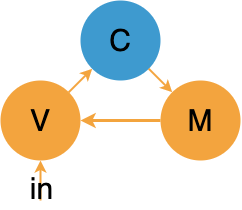
Above: Neurotechnologies_and_TRIZ/MVC.png in max-talanov/1 (draw.io), before the change. Source tidied: cells renumbered, new cells last; positions are measured from the earlier drawing's top-left corner, leaving out a move shared by most shapes. Source of this version:
```xml
<mxGraphModel>
  <root>
    <mxCell id="0" />
    <mxCell id="1" parent="0" />
    <mxCell id="2" style="edgeStyle=orthogonalEdgeStyle;rounded=0;jettySize=auto;html=1;fontSize=30;strokeColor=#F3A43E;strokeWidth=3;startArrow=none;startFill=0;entryX=1;entryY=0.5;entryDx=0;entryDy=0;" parent="1" edge="1" source="5" target="4">
      <mxGeometry relative="1" as="geometry" />
    </mxCell>
    <mxCell id="3" style="rounded=0;jettySize=auto;html=1;fontSize=30;strokeColor=#F3A43E;strokeWidth=2;" parent="1" edge="1" source="4" target="6">
      <mxGeometry relative="1" as="geometry" />
    </mxCell>
    <mxCell id="4" value="V" style="ellipse;whiteSpace=wrap;html=1;fontSize=30;strokeColor=none;fillColor=#F3A43E;" parent="1" vertex="1">
      <mxGeometry y="80" width="80" height="80" as="geometry" />
    </mxCell>
    <mxCell id="5" value="M" style="ellipse;whiteSpace=wrap;html=1;fontSize=30;strokeColor=none;fillColor=#F3A43E;" parent="1" vertex="1">
      <mxGeometry x="160" y="80" width="80" height="80" as="geometry" />
    </mxCell>
    <mxCell id="6" value="C" style="ellipse;whiteSpace=wrap;html=1;fontSize=30;strokeColor=none;fillColor=#3E9ACF;" parent="1" vertex="1">
      <mxGeometry x="80" width="80" height="80" as="geometry" />
    </mxCell>
    <mxCell id="7" style="rounded=0;jettySize=auto;html=1;fontSize=30;strokeColor=#F3A43E;strokeWidth=2;" parent="1" edge="1" source="6" target="5">
      <mxGeometry relative="1" as="geometry" />
    </mxCell>
    <mxCell id="8" style="rounded=0;jettySize=auto;html=1;fontSize=30;strokeColor=#F3A43E;strokeWidth=2;entryX=0.5;entryY=1;entryDx=0;entryDy=0;" parent="1" edge="1" target="4">
      <mxGeometry relative="1" as="geometry">
        <mxPoint x="40" y="200" as="sourcePoint" />
      </mxGeometry>
    </mxCell>
    <mxCell id="9" value="&lt;font color=&quot;#000000&quot;&gt;in&lt;/font&gt;" style="edgeLabel;html=1;align=center;verticalAlign=middle;fontSize=30;fontColor=#FFFFFF;labelBackgroundColor=none;" parent="8" vertex="1">
      <mxGeometry x="-0.35" y="1" relative="1" as="geometry">
        <mxPoint x="2" as="offset" />
      </mxGeometry>
    </mxCell>
  </root>
</mxGraphModel>
```
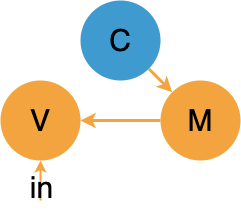
Later version of the same file.

Commit message:
corrected figures

Diff of the diagram source:
```diff
@@ -5,9 +5,6 @@
     <mxCell id="2" style="edgeStyle=orthogonalEdgeStyle;rounded=0;jettySize=auto;html=1;fontSize=30;strokeColor=#F3A43E;strokeWidth=3;startArrow=none;startFill=0;entryX=1;entryY=0.5;entryDx=0;entryDy=0;" parent="1" edge="1" source="5" target="4">
       <mxGeometry relative="1" as="geometry" />
     </mxCell>
-    <mxCell id="3" style="rounded=0;jettySize=auto;html=1;fontSize=30;strokeColor=#F3A43E;strokeWidth=2;" parent="1" edge="1" source="4" target="6">
-      <mxGeometry relative="1" as="geometry" />
-    </mxCell>
     <mxCell id="4" value="V" style="ellipse;whiteSpace=wrap;html=1;fontSize=30;strokeColor=none;fillColor=#F3A43E;" parent="1" vertex="1">
       <mxGeometry y="80" width="80" height="80" as="geometry" />
     </mxCell>
@@ -17,7 +14,7 @@
     <mxCell id="6" value="C" style="ellipse;whiteSpace=wrap;html=1;fontSize=30;strokeColor=none;fillColor=#3E9ACF;" parent="1" vertex="1">
       <mxGeometry x="80" width="80" height="80" as="geometry" />
     </mxCell>
-    <mxCell id="7" style="rounded=0;jettySize=auto;html=1;fontSize=30;strokeColor=#F3A43E;strokeWidth=2;" parent="1" edge="1" source="6" target="5">
+    <mxCell id="7" style="rounded=0;jettySize=auto;html=1;fontSize=30;strokeColor=#F3A43E;strokeWidth=3;" parent="1" edge="1" source="6" target="5">
       <mxGeometry relative="1" as="geometry" />
     </mxCell>
     <mxCell id="8" style="rounded=0;jettySize=auto;html=1;fontSize=30;strokeColor=#F3A43E;strokeWidth=2;entryX=0.5;entryY=1;entryDx=0;entryDy=0;" parent="1" edge="1" target="4">
```
